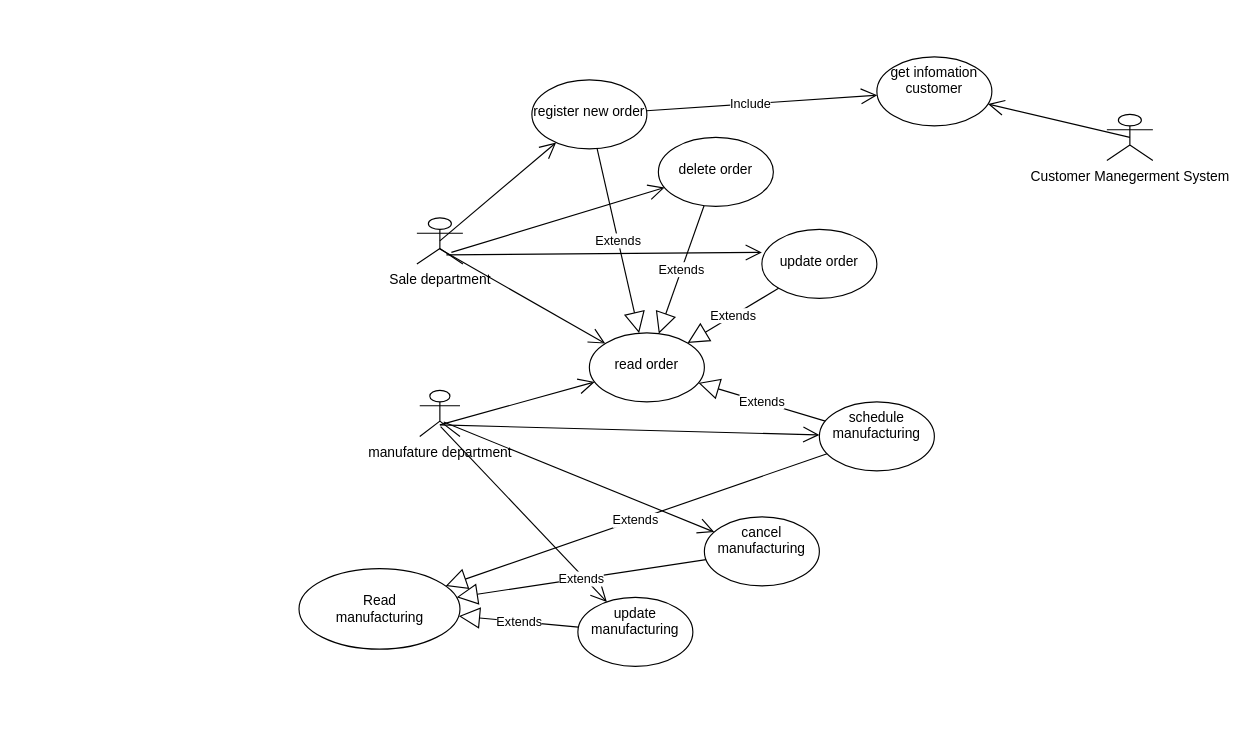
tuongkhang1701/Diagram keeps this draw.io diagram as sale.drawio. Above is the earlier version. Source tidied: cells renumbered, new cells numbered last; positions are measured from the earlier drawing's top-left corner, leaving out a move shared by most shapes. Both pictures are drawn from the tidied source at 115%, with x=0, y=0 at pixel (299, 56).
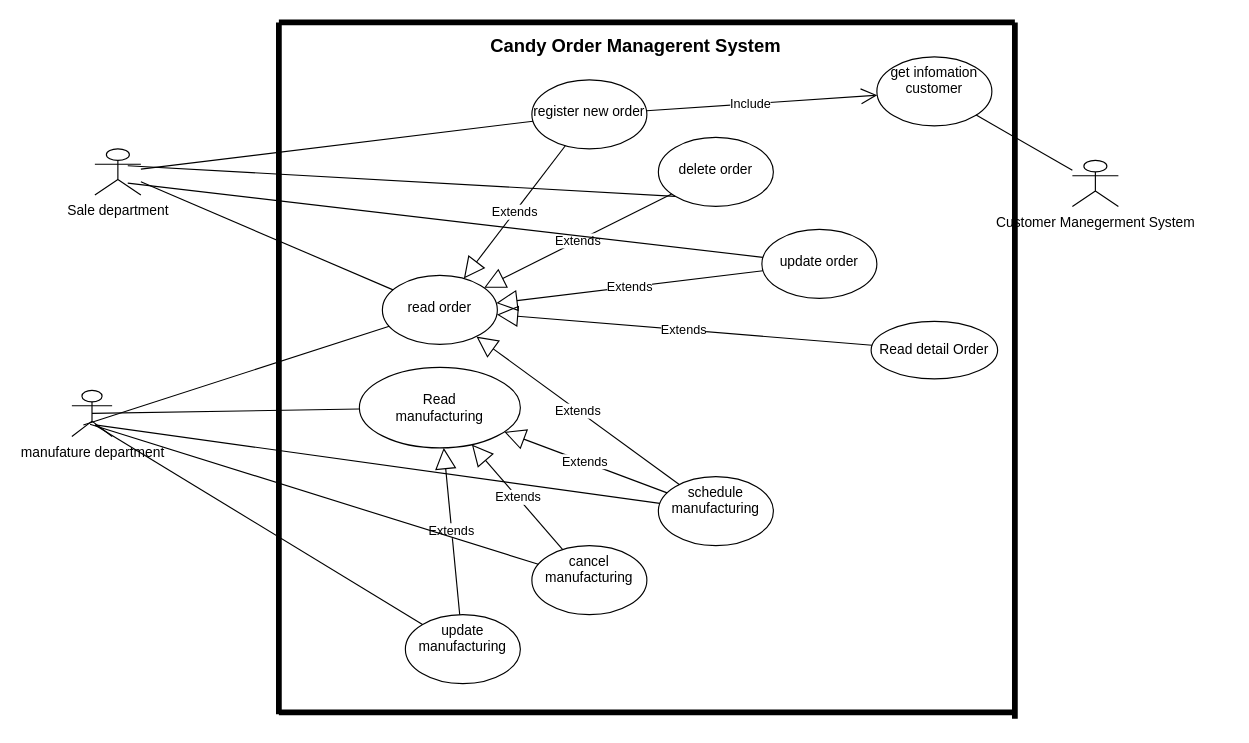
The same page after the edit.

Unchanged cells that the change refers to:
```xml
<mxCell id="3" value="&lt;br&gt;register new order" style="ellipse;whiteSpace=wrap;html=1;verticalAlign=top;" parent="1" vertex="1">
  <mxGeometry x="202" y="20" width="100" height="60" as="geometry" />
</mxCell>
<mxCell id="4" value="&lt;br&gt;update order" style="ellipse;whiteSpace=wrap;html=1;verticalAlign=top;" parent="1" vertex="1">
  <mxGeometry x="402" y="150" width="100" height="60" as="geometry" />
</mxCell>
<mxCell id="7" value="&lt;br&gt;delete order" style="ellipse;whiteSpace=wrap;html=1;verticalAlign=top;" parent="1" vertex="1">
  <mxGeometry x="312" y="70" width="100" height="60" as="geometry" />
</mxCell>
<mxCell id="15" value="get infomation customer" style="ellipse;whiteSpace=wrap;html=1;verticalAlign=top;" parent="1" vertex="1">
  <mxGeometry x="502" width="100" height="60" as="geometry" />
</mxCell>
```

What changed in the source:
```diff
@@
     <mxCell id="2" value="Sale department" style="shape=umlActor;verticalLabelPosition=bottom;verticalAlign=top;html=1;" parent="1" vertex="1">
-      <mxGeometry x="102" y="140" width="40" height="40" as="geometry" />
+      <mxGeometry x="-178" y="80" width="40" height="40" as="geometry" />
     </mxCell>
@@
-    <mxCell id="5" style="endArrow=open;endFill=1;endSize=12;html=1;entryX=0;entryY=0.333;entryDx=0;entryDy=0;entryPerimeter=0;exitX=0.642;exitY=0.804;exitDx=0;exitDy=0;exitPerimeter=0;" parent="1" edge="1" source="2" target="4">
-      <mxGeometry relative="1" as="geometry" />
-    </mxCell>
-    <mxCell id="6" style="endArrow=open;endFill=1;endSize=12;html=1;exitX=0.5;exitY=0.5;exitDx=0;exitDy=0;exitPerimeter=0;" parent="1" edge="1" source="2" target="3">
-      <mxGeometry relative="1" as="geometry" />
-    </mxCell>
@@
     <mxCell id="8" value="&lt;br&gt;read order" style="ellipse;whiteSpace=wrap;html=1;verticalAlign=top;" parent="1" vertex="1">
-      <mxGeometry x="252" y="240" width="100" height="60" as="geometry" />
+      <mxGeometry x="72" y="190" width="100" height="60" as="geometry" />
     </mxCell>
-    <mxCell id="9" style="endArrow=open;endFill=1;endSize=12;html=1;" parent="1" edge="1" target="7">
-      <mxGeometry relative="1" as="geometry">
-        <mxPoint x="132" y="170" as="sourcePoint" />
-      </mxGeometry>
-    </mxCell>
-    <mxCell id="10" style="endArrow=open;endFill=1;endSize=12;html=1;exitX=0.492;exitY=0.671;exitDx=0;exitDy=0;exitPerimeter=0;" parent="1" edge="1" source="2" target="8">
-      <mxGeometry relative="1" as="geometry" />
-    </mxCell>
     <mxCell id="11" value="&lt;div style=&quot;text-align: left&quot;&gt;manufature department&lt;/div&gt;" style="shape=umlActor;verticalLabelPosition=bottom;verticalAlign=top;html=1;" parent="1" vertex="1">
-      <mxGeometry x="104.5" y="290" width="35" height="40" as="geometry" />
+      <mxGeometry x="-198" y="290" width="35" height="40" as="geometry" />
     </mxCell>
-    <mxCell id="12" style="endArrow=open;endFill=1;endSize=12;html=1;exitX=0.5;exitY=0.75;exitDx=0;exitDy=0;exitPerimeter=0;" parent="1" edge="1" source="11" target="8">
-      <mxGeometry relative="1" as="geometry" />
-    </mxCell>
     <mxCell id="13" value="schedule manufacturing" style="ellipse;whiteSpace=wrap;html=1;verticalAlign=top;" parent="1" vertex="1">
-      <mxGeometry x="452" y="300" width="100" height="60" as="geometry" />
+      <mxGeometry x="312" y="365" width="100" height="60" as="geometry" />
     </mxCell>
-    <mxCell id="14" style="endArrow=open;endFill=1;endSize=12;html=1;" parent="1" edge="1" target="13">
-      <mxGeometry relative="1" as="geometry">
-        <mxPoint x="122" y="320" as="sourcePoint" />
-      </mxGeometry>
-    </mxCell>
@@
     <mxCell id="16" value="Customer Manegerment System" style="shape=umlActor;verticalLabelPosition=bottom;verticalAlign=top;html=1;" parent="1" vertex="1">
-      <mxGeometry x="702" y="50" width="40" height="40" as="geometry" />
+      <mxGeometry x="672" y="90" width="40" height="40" as="geometry" />
     </mxCell>
-    <mxCell id="17" style="endArrow=open;endFill=1;endSize=12;html=1;exitX=0.5;exitY=0.5;exitDx=0;exitDy=0;exitPerimeter=0;" parent="1" edge="1" source="16" target="15">
-      <mxGeometry relative="1" as="geometry" />
-    </mxCell>
     <mxCell id="18" value="cancel manufacturing" style="ellipse;whiteSpace=wrap;html=1;verticalAlign=top;" parent="1" vertex="1">
-      <mxGeometry x="352" y="400" width="100" height="60" as="geometry" />
+      <mxGeometry x="202" y="425" width="100" height="60" as="geometry" />
     </mxCell>
-    <mxCell id="19" style="endArrow=open;endFill=1;endSize=12;html=1;exitX=0.595;exitY=0.687;exitDx=0;exitDy=0;exitPerimeter=0;" parent="1" edge="1" source="11" target="18">
-      <mxGeometry relative="1" as="geometry" />
-    </mxCell>
     <mxCell id="20" value="update manufacturing" style="ellipse;whiteSpace=wrap;html=1;verticalAlign=top;" parent="1" vertex="1">
-      <mxGeometry x="242" y="470" width="100" height="60" as="geometry" />
+      <mxGeometry x="92" y="485" width="100" height="60" as="geometry" />
     </mxCell>
-    <mxCell id="21" style="endArrow=open;endFill=1;endSize=12;html=1;exitX=0.519;exitY=0.787;exitDx=0;exitDy=0;exitPerimeter=0;" parent="1" edge="1" source="11" target="20">
-      <mxGeometry relative="1" as="geometry" />
-    </mxCell>
@@
     <mxCell id="27" value="Read&lt;br&gt;manufacturing" style="ellipse;whiteSpace=wrap;html=1;" parent="1" vertex="1">
-      <mxGeometry x="-0.5" y="445" width="140" height="70" as="geometry" />
+      <mxGeometry x="52" y="270" width="140" height="70" as="geometry" />
     </mxCell>
@@
+    <mxCell id="5" style="endArrow=none;html=1;exitX=0.715;exitY=0.745;exitDx=0;exitDy=0;exitPerimeter=0;" parent="1" edge="1" source="2" target="4">
+      <mxGeometry relative="1" as="geometry" />
+    </mxCell>
+    <mxCell id="32" style="endArrow=none;html=1;entryX=0.715;entryY=0.365;entryDx=0;entryDy=0;entryPerimeter=0;exitX=0;exitY=1;exitDx=0;exitDy=0;" parent="1" edge="1" source="7" target="2">
+      <mxGeometry relative="1" as="geometry" />
+    </mxCell>
+    <mxCell id="33" style="endArrow=none;html=1;" parent="1" edge="1" source="3" target="2">
+      <mxGeometry relative="1" as="geometry" />
+    </mxCell>
+    <mxCell id="12" style="endArrow=none;html=1;exitX=0.286;exitY=0.75;exitDx=0;exitDy=0;exitPerimeter=0;" parent="1" edge="1" source="11" target="8">
+      <mxGeometry relative="1" as="geometry" />
+    </mxCell>
+    <mxCell id="34" style="endArrow=none;html=1;" parent="1" edge="1" target="13">
+      <mxGeometry relative="1" as="geometry">
+        <mxPoint x="-178" y="320" as="sourcePoint" />
+      </mxGeometry>
+    </mxCell>
+    <mxCell id="19" style="endArrow=none;html=1;exitX=0.451;exitY=0.735;exitDx=0;exitDy=0;exitPerimeter=0;" parent="1" edge="1" source="11" target="18">
+      <mxGeometry relative="1" as="geometry" />
+    </mxCell>
+    <mxCell id="35" style="endArrow=none;html=1;" parent="1" edge="1" target="20">
+      <mxGeometry relative="1" as="geometry">
+        <mxPoint x="-178" y="320" as="sourcePoint" />
+      </mxGeometry>
+    </mxCell>
+    <mxCell id="36" style="endArrow=none;html=1;exitX=0.5;exitY=0.5;exitDx=0;exitDy=0;exitPerimeter=0;" parent="1" edge="1" source="11" target="27">
+      <mxGeometry relative="1" as="geometry" />
+    </mxCell>
+    <mxCell id="37" style="endArrow=none;html=1;" parent="1" edge="1" source="15" target="16">
+      <mxGeometry relative="1" as="geometry" />
+    </mxCell>
+    <mxCell id="10" style="endArrow=none;html=1;" parent="1" edge="1" source="2" target="8">
+      <mxGeometry relative="1" as="geometry" />
+    </mxCell>
+    <mxCell id="38" value="Read detail Order" style="ellipse;whiteSpace=wrap;html=1;" parent="1" vertex="1">
+      <mxGeometry x="497" y="230" width="110" height="50" as="geometry" />
+    </mxCell>
+    <mxCell id="39" value="Extends" style="endArrow=block;endSize=16;endFill=0;html=1;" parent="1" edge="1" source="38" target="8">
+      <mxGeometry relative="1" as="geometry" />
+    </mxCell>
+    <mxCell id="40" style="endArrow=none;html=1;strokeWidth=5;" parent="1" edge="1">
+      <mxGeometry relative="1" as="geometry">
+        <mxPoint x="-18" y="571.6" as="sourcePoint" />
+        <mxPoint x="-18" y="-30" as="targetPoint" />
+      </mxGeometry>
+    </mxCell>
+    <mxCell id="41" style="endArrow=none;html=1;strokeWidth=5;" parent="1" edge="1">
+      <mxGeometry relative="1" as="geometry">
+        <mxPoint x="-18" y="-30" as="sourcePoint" />
+        <mxPoint x="622" y="-30" as="targetPoint" />
+      </mxGeometry>
+    </mxCell>
+    <mxCell id="42" style="endArrow=none;html=1;strokeWidth=5;" parent="1" edge="1">
+      <mxGeometry relative="1" as="geometry">
+        <mxPoint x="622" y="575.6" as="sourcePoint" />
+        <mxPoint x="622" y="-30" as="targetPoint" />
+      </mxGeometry>
+    </mxCell>
+    <mxCell id="43" style="endArrow=none;html=1;strokeWidth=5;" parent="1" edge="1">
+      <mxGeometry relative="1" as="geometry">
+        <mxPoint x="-18" y="570" as="sourcePoint" />
+        <mxPoint x="622" y="570" as="targetPoint" />
+      </mxGeometry>
+    </mxCell>
+    <mxCell id="44" value="Candy Order Managerent System" style="text;html=1;align=center;verticalAlign=middle;strokeWidth=1;fontSize=16;fontStyle=1;" parent="1" vertex="1">
+      <mxGeometry x="157" y="-20" width="270" height="20" as="geometry" />
+    </mxCell>
```
